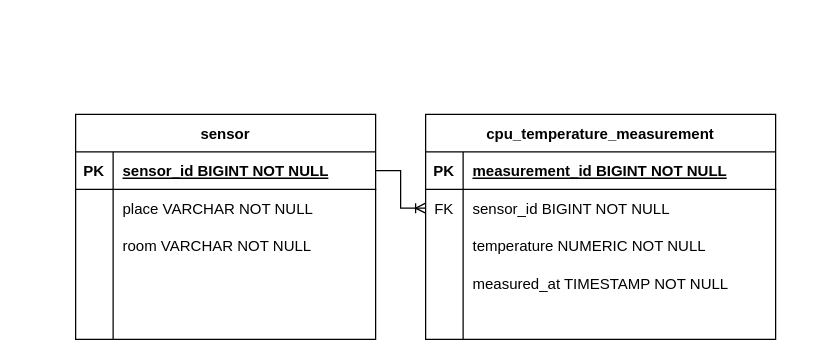
Above: docs/diagrams/er-diagram.drawio in thedatasnok/idata2304-iot-project (draw.io), before the change. Source tidied: cells renumbered, new cells numbered last; positions are measured from the earlier drawing's top-left corner, leaving out a move shared by most shapes. Both pictures are drawn from the tidied source at 125%, with x=0, y=0 at pixel (75, 114).
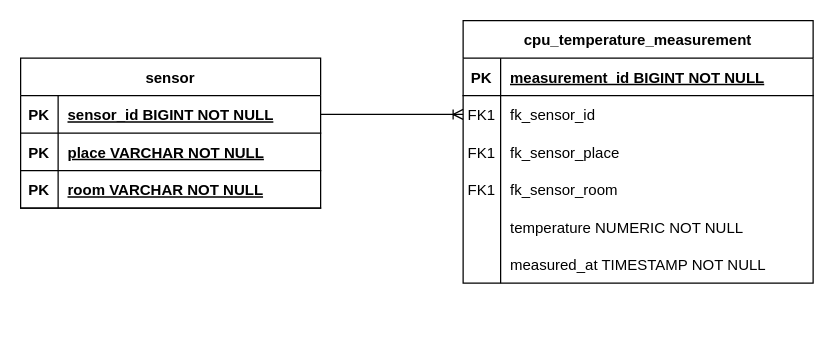
The same diagram, later.

Commit message:
docs: update ER diagram with composite key

The change refers to these unchanged cells:
```xml
<mxCell id="3" style="shape=tableRow;horizontal=0;startSize=0;swimlaneHead=0;swimlaneBody=0;fillColor=none;points=[[0,0.5],[1,0.5]];portConstraint=eastwest;top=0;left=0;right=0;bottom=1;" parent="2" vertex="1">
  <mxGeometry y="30" width="240" height="30" as="geometry" />
</mxCell>
```

Change to the diagram source:
```diff
@@
     <mxCell id="2" value="sensor" style="shape=table;startSize=30;childLayout=tableLayout;rowLines=0;fontStyle=1;align=center;strokeColor=default;" parent="1" vertex="1">
-      <mxGeometry width="240" height="180" as="geometry" />
+      <mxGeometry x="-44" y="-45" width="240" height="120" as="geometry" />
     </mxCell>
@@
-    <mxCell id="6" style="shape=tableRow;horizontal=0;startSize=0;swimlaneHead=0;swimlaneBody=0;fillColor=none;top=0;left=0;right=0;bottom=0;" parent="2" vertex="1">
-      <mxGeometry y="60" width="240" height="30" as="geometry" />
-    </mxCell>
-    <mxCell id="7" style="shape=partialRectangle;fillColor=none;top=0;left=0;bottom=0;right=0;overflow=hidden;" parent="6" vertex="1">
-      <mxGeometry width="30" height="30" as="geometry" />
-    </mxCell>
+    <mxCell id="32" style="shape=partialRectangle;fillColor=none;top=0;left=0;bottom=1;right=0;" parent="2" vertex="1">
+      <mxGeometry y="60" width="240" height="30" as="geometry" />
+    </mxCell>
+    <mxCell id="33" value="PK" style="shape=partialRectangle;fillColor=none;top=0;left=0;bottom=0;right=0;fontStyle=1;overflow=hidden;" parent="32" vertex="1">
+      <mxGeometry width="30" height="30" as="geometry" />
+    </mxCell>
-    <mxCell id="8" value="place VARCHAR NOT NULL" style="shape=partialRectangle;fillColor=none;top=0;left=0;bottom=0;right=0;align=left;spacingLeft=6;overflow=hidden;" parent="6" vertex="1">
+    <mxCell id="8" value="place VARCHAR NOT NULL" style="shape=partialRectangle;fillColor=none;top=0;left=0;bottom=0;right=0;align=left;spacingLeft=6;fontStyle=5;overflow=hidden;" parent="32" vertex="1">
       <mxGeometry x="30" width="210" height="30" as="geometry" />
     </mxCell>
-    <mxCell id="9" style="shape=tableRow;horizontal=0;startSize=0;swimlaneHead=0;swimlaneBody=0;fillColor=none;top=0;left=0;right=0;bottom=0;" parent="2" vertex="1">
-      <mxGeometry y="90" width="240" height="30" as="geometry" />
-    </mxCell>
-    <mxCell id="10" style="shape=partialRectangle;fillColor=none;top=0;left=0;bottom=0;right=0;overflow=hidden;" parent="9" vertex="1">
-      <mxGeometry width="30" height="30" as="geometry" />
-    </mxCell>
+    <mxCell id="34" style="shape=partialRectangle;fillColor=none;top=0;left=0;bottom=1;right=0;" parent="2" vertex="1">
+      <mxGeometry y="90" width="240" height="30" as="geometry" />
+    </mxCell>
+    <mxCell id="35" value="PK" style="shape=partialRectangle;fillColor=none;top=0;left=0;bottom=0;right=0;fontStyle=1;overflow=hidden;" parent="34" vertex="1">
+      <mxGeometry width="30" height="30" as="geometry" />
+    </mxCell>
-    <mxCell id="11" value="room VARCHAR NOT NULL" style="shape=partialRectangle;fillColor=none;top=0;left=0;bottom=0;right=0;align=left;spacingLeft=6;overflow=hidden;" parent="9" vertex="1">
+    <mxCell id="11" value="room VARCHAR NOT NULL" style="shape=partialRectangle;fillColor=none;top=0;left=0;bottom=0;right=0;align=left;spacingLeft=6;fontStyle=5;overflow=hidden;" parent="34" vertex="1">
       <mxGeometry x="30" width="210" height="30" as="geometry" />
     </mxCell>
-    <mxCell id="12" style="shape=tableRow;horizontal=0;startSize=0;swimlaneHead=0;swimlaneBody=0;fillColor=none;top=0;left=0;right=0;bottom=0;" parent="2" vertex="1">
-      <mxGeometry y="120" width="240" height="60" as="geometry" />
-    </mxCell>
-    <mxCell id="13" style="shape=partialRectangle;fillColor=none;top=0;left=0;bottom=0;right=0;overflow=hidden;" parent="12" vertex="1">
-      <mxGeometry width="30" height="60" as="geometry" />
-    </mxCell>
-    <mxCell id="14" style="shape=partialRectangle;fillColor=none;top=0;left=0;bottom=0;right=0;align=left;spacingLeft=6;overflow=hidden;" parent="12" vertex="1">
-      <mxGeometry x="30" width="210" height="60" as="geometry" />
-    </mxCell>
     <mxCell id="15" value="cpu_temperature_measurement" style="shape=table;startSize=30;childLayout=tableLayout;rowLines=0;fontStyle=1;align=center;" parent="1" vertex="1">
-      <mxGeometry x="280" width="280" height="180" as="geometry" />
+      <mxGeometry x="310" y="-75" width="280" height="210" as="geometry" />
     </mxCell>
@@
-    <mxCell id="19" style="shape=tableRow;horizontal=0;startSize=0;swimlaneHead=0;swimlaneBody=0;fillColor=none;points=[[0,0.5],[1,0.5]];portConstraint=eastwest;top=0;left=0;right=0;bottom=0;" parent="15" vertex="1">
-      <mxGeometry y="60" width="280" height="30" as="geometry" />
-    </mxCell>
-    <mxCell id="20" value="FK" style="shape=partialRectangle;fillColor=none;top=0;left=0;bottom=0;right=0;fontStyle=0;overflow=hidden;" parent="19" vertex="1">
-      <mxGeometry width="30" height="30" as="geometry" />
-    </mxCell>
-    <mxCell id="21" value="sensor_id BIGINT NOT NULL" style="shape=partialRectangle;fillColor=none;top=0;left=0;bottom=0;right=0;align=left;spacingLeft=6;fontStyle=0;overflow=hidden;" parent="19" vertex="1">
-      <mxGeometry x="30" width="250" height="30" as="geometry" />
-    </mxCell>
+    <mxCell id="36" style="shape=partialRectangle;fillColor=none;top=0;left=0;bottom=0;right=0;points=[[0,0.5],[1,0.5]];portConstraint=eastwest;" parent="15" vertex="1">
+      <mxGeometry y="60" width="280" height="30" as="geometry" />
+    </mxCell>
+    <mxCell id="37" value="FK1" style="shape=partialRectangle;fillColor=none;top=0;left=0;bottom=0;right=0;fontStyle=0;overflow=hidden;" parent="36" vertex="1">
+      <mxGeometry width="30" height="30" as="geometry" />
+    </mxCell>
+    <mxCell id="38" value="fk_sensor_id" style="shape=partialRectangle;fillColor=none;top=0;left=0;bottom=0;right=0;align=left;spacingLeft=6;fontStyle=0;overflow=hidden;" parent="36" vertex="1">
+      <mxGeometry x="30" width="250" height="30" as="geometry" />
+    </mxCell>
+    <mxCell id="39" style="shape=partialRectangle;fillColor=none;top=0;left=0;bottom=0;right=0;" parent="15" vertex="1">
+      <mxGeometry y="90" width="280" height="30" as="geometry" />
+    </mxCell>
+    <mxCell id="40" value="FK1" style="shape=partialRectangle;fillColor=none;top=0;left=0;bottom=0;right=0;fontStyle=0;overflow=hidden;" parent="39" vertex="1">
+      <mxGeometry width="30" height="30" as="geometry" />
+    </mxCell>
+    <mxCell id="41" value="fk_sensor_place" style="shape=partialRectangle;fillColor=none;top=0;left=0;bottom=0;right=0;align=left;spacingLeft=6;fontStyle=0;overflow=hidden;" parent="39" vertex="1">
+      <mxGeometry x="30" width="250" height="30" as="geometry" />
+    </mxCell>
+    <mxCell id="42" style="shape=partialRectangle;fillColor=none;top=0;left=0;bottom=0;right=0;" parent="15" vertex="1">
+      <mxGeometry y="120" width="280" height="30" as="geometry" />
+    </mxCell>
+    <mxCell id="43" value="FK1" style="shape=partialRectangle;fillColor=none;top=0;left=0;bottom=0;right=0;fontStyle=0;overflow=hidden;" parent="42" vertex="1">
+      <mxGeometry width="30" height="30" as="geometry" />
+    </mxCell>
+    <mxCell id="44" value="fk_sensor_room" style="shape=partialRectangle;fillColor=none;top=0;left=0;bottom=0;right=0;align=left;spacingLeft=6;fontStyle=0;overflow=hidden;" parent="42" vertex="1">
+      <mxGeometry x="30" width="250" height="30" as="geometry" />
+    </mxCell>
     <mxCell id="22" style="shape=tableRow;horizontal=0;startSize=0;swimlaneHead=0;swimlaneBody=0;fillColor=none;top=0;left=0;right=0;bottom=0;" parent="15" vertex="1">
-      <mxGeometry y="90" width="280" height="30" as="geometry" />
+      <mxGeometry y="150" width="280" height="30" as="geometry" />
     </mxCell>
@@
     <mxCell id="25" style="shape=tableRow;horizontal=0;startSize=0;swimlaneHead=0;swimlaneBody=0;fillColor=none;top=0;left=0;right=0;bottom=0;" parent="15" vertex="1">
-      <mxGeometry y="120" width="280" height="30" as="geometry" />
+      <mxGeometry y="180" width="280" height="30" as="geometry" />
     </mxCell>
@@
-    <mxCell id="28" style="shape=tableRow;horizontal=0;startSize=0;swimlaneHead=0;swimlaneBody=0;fillColor=none;top=0;left=0;right=0;bottom=0;" parent="15" vertex="1">
-      <mxGeometry y="150" width="280" height="30" as="geometry" />
-    </mxCell>
-    <mxCell id="29" style="shape=partialRectangle;fillColor=none;top=0;left=0;bottom=0;right=0;overflow=hidden;" parent="28" vertex="1">
-      <mxGeometry width="30" height="30" as="geometry" />
-    </mxCell>
-    <mxCell id="30" style="shape=partialRectangle;fillColor=none;top=0;left=0;bottom=0;right=0;align=left;spacingLeft=6;overflow=hidden;" parent="28" vertex="1">
-      <mxGeometry x="30" width="250" height="30" as="geometry" />
-    </mxCell>
-    <mxCell id="31" style="rounded=0;jettySize=auto;html=1;exitX=1;exitY=0.5;exitDx=0;exitDy=0;entryX=0;entryY=0.5;entryDx=0;entryDy=0;endArrow=ERoneToMany;endFill=0;edgeStyle=orthogonalEdgeStyle;startArrow=none;startFill=0;" parent="1" edge="1" source="3" target="19">
+    <mxCell id="31" style="rounded=0;jettySize=auto;html=1;exitX=1;exitY=0.5;exitDx=0;exitDy=0;endArrow=ERoneToMany;endFill=0;edgeStyle=orthogonalEdgeStyle;startArrow=none;startFill=0;entryX=0;entryY=0.5;entryDx=0;entryDy=0;" parent="1" edge="1" source="3" target="36">
       <mxGeometry relative="1" as="geometry" />
     </mxCell>
```
